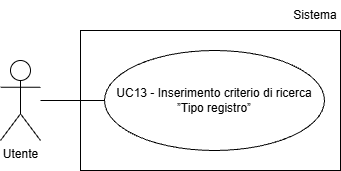
This is assets/Use_Case_Diagrams/UC13.png from Team-Three-Technologies/Documenti, a draw.io export, as it was before one commit. Source tidied: cells renumbered, new cells last; positions are measured from the earlier drawing's top-left corner, leaving out a move shared by most shapes.
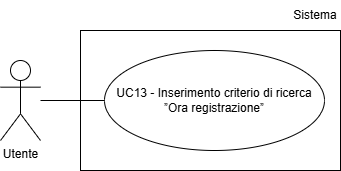
Later version of the same file.

Diff of the diagram source:
```diff
@@ -5,17 +5,17 @@
     <mxCell id="2" value="Utente" style="shape=umlActor;verticalLabelPosition=bottom;verticalAlign=top;html=1;" parent="1" vertex="1">
       <mxGeometry y="60" width="40" height="80" as="geometry" />
     </mxCell>
-    <mxCell id="3" value="UC13 - Inserimento criterio di ricerca ”Tipo registro”" style="ellipse;whiteSpace=wrap;html=1;align=center;" parent="1" vertex="1">
-      <mxGeometry x="104" y="50" width="220" height="100" as="geometry" />
-    </mxCell>
-    <mxCell id="4" style="endArrow=none;html=1;rounded=0;entryX=0;entryY=0.5;entryDx=0;entryDy=0;" parent="1" edge="1" target="3">
-      <mxGeometry relative="1" as="geometry">
-        <mxPoint x="40" y="100" as="sourcePoint" />
-      </mxGeometry>
-    </mxCell>
-    <mxCell id="5" style="rounded=0;whiteSpace=wrap;html=1;fillColor=none;" parent="1" vertex="1">
-      <mxGeometry x="80" y="30" width="260" height="140" as="geometry" />
-    </mxCell>
+    <mxCell id="7" value="UC13 - Inserimento criterio di ricerca ”Ora registrazione”" style="ellipse;whiteSpace=wrap;html=1;align=center;" parent="1" vertex="1">
+      <mxGeometry x="104" y="50" width="220" height="100" as="geometry" />
+    </mxCell>
+    <mxCell id="8" style="endArrow=none;html=1;rounded=0;entryX=0;entryY=0.5;entryDx=0;entryDy=0;" parent="1" edge="1" target="7">
+      <mxGeometry relative="1" as="geometry">
+        <mxPoint x="40" y="100" as="sourcePoint" />
+      </mxGeometry>
+    </mxCell>
+    <mxCell id="9" style="rounded=0;whiteSpace=wrap;html=1;fillColor=none;" parent="1" vertex="1">
+      <mxGeometry x="80" y="30" width="260" height="140" as="geometry" />
+    </mxCell>
     <mxCell id="6" value="Sistema" style="text;html=1;whiteSpace=wrap;strokeColor=none;fillColor=none;align=center;verticalAlign=middle;rounded=0;" parent="1" vertex="1">
       <mxGeometry x="290" width="50" height="30" as="geometry" />
     </mxCell>
```
